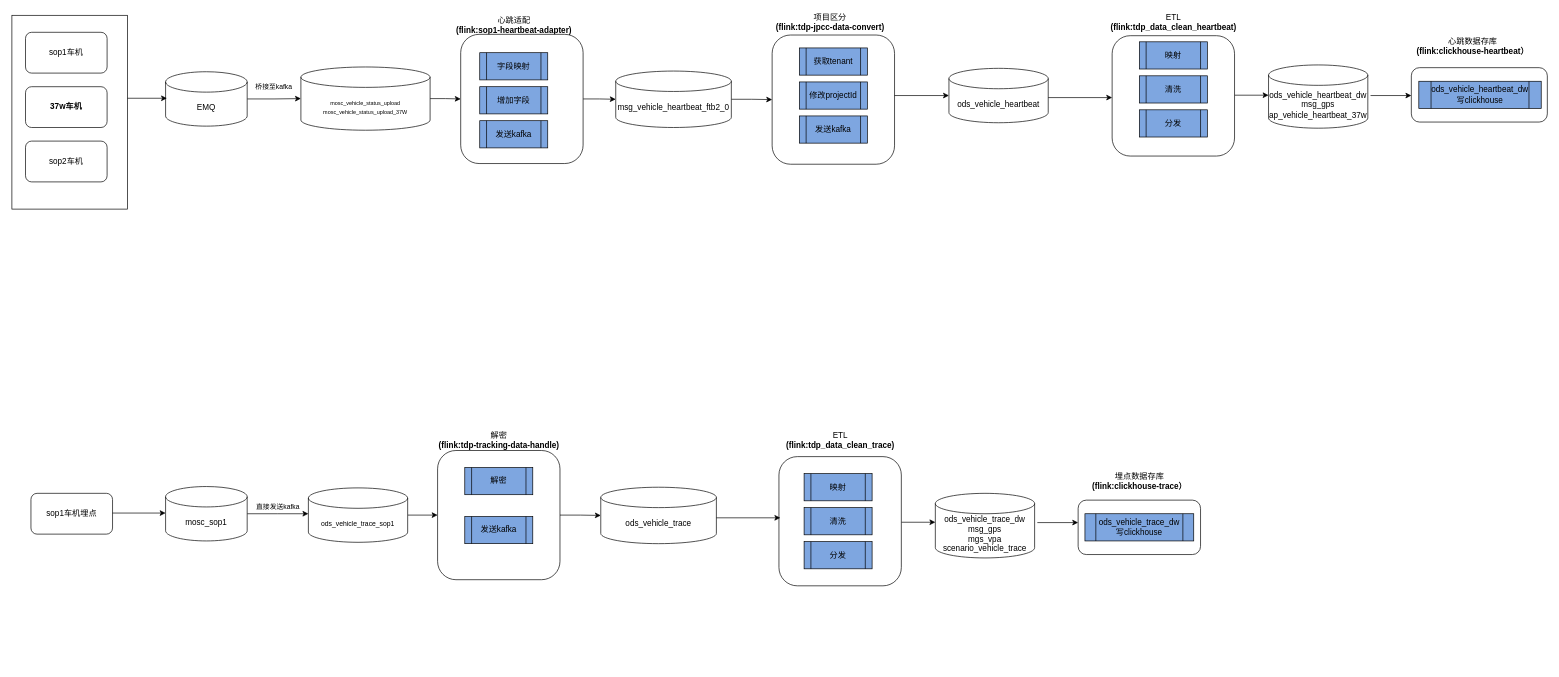
onedream719/- keeps this draw.io diagram as 未命名绘图.drawio. Above is the earlier version. Source tidied: cells renumbered, new cells numbered last; positions are measured from the earlier drawing's top-left corner, leaving out a move shared by most shapes. Both pictures are drawn from the tidied source at 68%, with x=0, y=0 at pixel (12, 12).
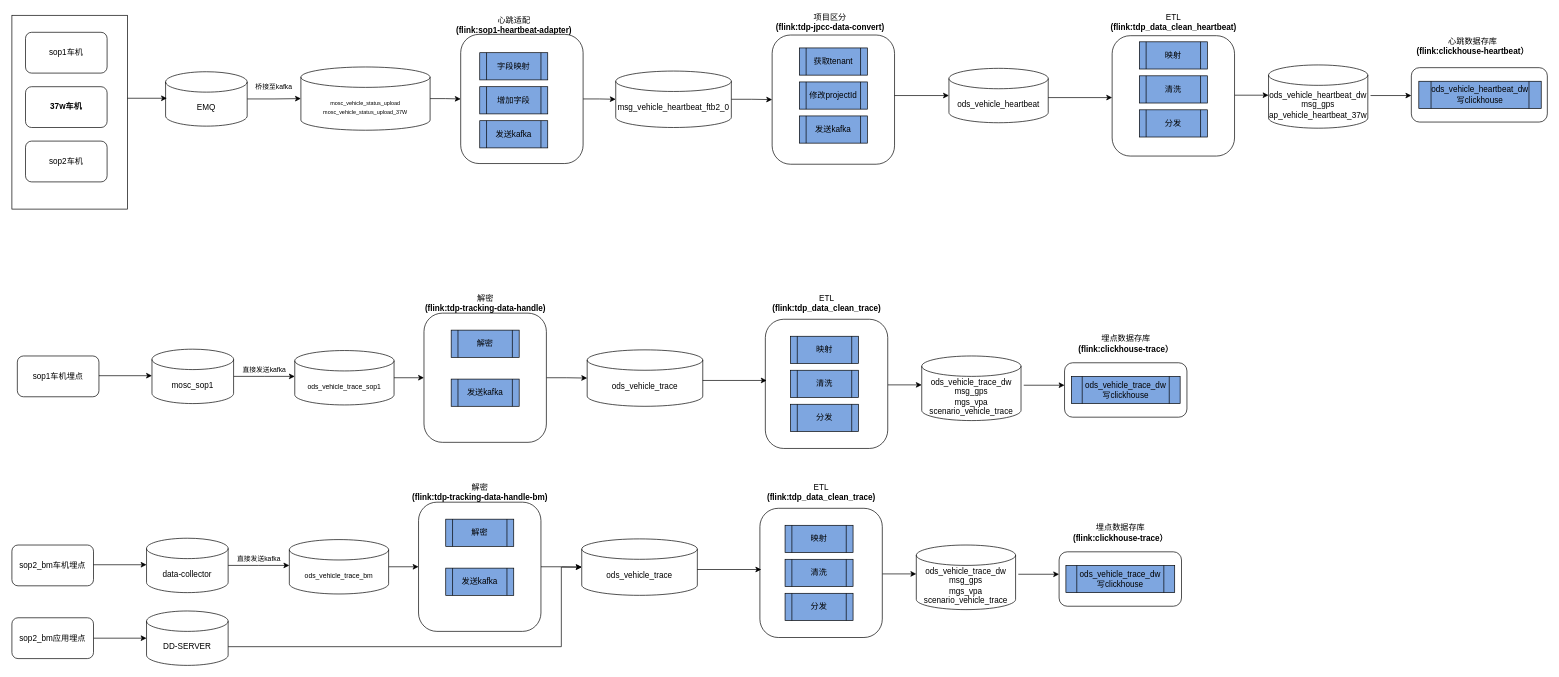
The same diagram, later.

Commit message:
更新未命名绘图.drawio

The edit, as a diff of the source:
```diff
@@
     <mxCell id="39" value="sop1车机埋点" style="rounded=1;whiteSpace=wrap;html=1;" parent="1" vertex="1">
-      <mxGeometry x="28" y="708" width="120" height="60" as="geometry" />
+      <mxGeometry x="8" y="506" width="120" height="60" as="geometry" />
     </mxCell>
@@
     <mxCell id="41" value="ods_vehicle_trace_sop1" style="shape=cylinder3;whiteSpace=wrap;html=1;boundedLbl=1;backgroundOutline=1;size=15;fontSize=10;" parent="1" vertex="1">
-      <mxGeometry x="436" y="700" width="146" height="80" as="geometry" />
+      <mxGeometry x="416" y="498" width="146" height="80" as="geometry" />
     </mxCell>
     <mxCell id="42" style="edgeStyle=orthogonalEdgeStyle;rounded=0;jettySize=auto;html=1;exitX=1;exitY=0.5;exitDx=0;exitDy=0;exitPerimeter=0;entryX=0;entryY=0.5;entryDx=0;entryDy=0;fontSize=6;" parent="1" edge="1" source="43">
       <mxGeometry relative="1" as="geometry">
-        <mxPoint x="436" y="738" as="targetPoint" />
+        <mxPoint x="416" y="536" as="targetPoint" />
       </mxGeometry>
     </mxCell>
     <mxCell id="43" value="mosc_sop1" style="shape=cylinder3;whiteSpace=wrap;html=1;boundedLbl=1;backgroundOutline=1;size=15;" parent="1" vertex="1">
-      <mxGeometry x="226" y="698" width="120" height="80" as="geometry" />
+      <mxGeometry x="206" y="496" width="120" height="80" as="geometry" />
     </mxCell>
     <mxCell id="44" value="&lt;div&gt;解密&lt;/div&gt;&lt;div&gt;&lt;b&gt;(flink:tdp-tracking-data-handle)&lt;/b&gt;&lt;/div&gt;" style="text;html=1;align=center;verticalAlign=middle;strokeColor=none;fillColor=none;" parent="1" vertex="1">
-      <mxGeometry x="621" y="615" width="190" height="30" as="geometry" />
+      <mxGeometry x="601" y="413" width="190" height="30" as="geometry" />
     </mxCell>
     <mxCell id="45" value="直接发送kafka" style="text;html=1;align=center;verticalAlign=middle;strokeColor=none;fillColor=none;fontSize=10;" parent="1" vertex="1">
-      <mxGeometry x="346" y="718" width="90" height="20" as="geometry" />
+      <mxGeometry x="326" y="516" width="90" height="20" as="geometry" />
     </mxCell>
     <mxCell id="46" value="ods_vehicle_trace" style="shape=cylinder3;whiteSpace=wrap;html=1;boundedLbl=1;backgroundOutline=1;size=15;" parent="1" vertex="1">
-      <mxGeometry x="866" y="699" width="170" height="83" as="geometry" />
+      <mxGeometry x="846" y="497" width="170" height="83" as="geometry" />
     </mxCell>
@@
     <mxCell id="48" style="rounded=1;whiteSpace=wrap;html=1;" parent="1" vertex="1">
-      <mxGeometry x="626" y="645" width="180" height="190" as="geometry" />
+      <mxGeometry x="606" y="443" width="180" height="190" as="geometry" />
     </mxCell>
     <mxCell id="49" value="解密" style="shape=process;whiteSpace=wrap;html=1;backgroundOutline=1;fillColor=#7EA6E0;" parent="1" vertex="1">
-      <mxGeometry x="666" y="670" width="100" height="40" as="geometry" />
+      <mxGeometry x="646" y="468" width="100" height="40" as="geometry" />
     </mxCell>
     <mxCell id="50" value="发送kafka" style="shape=process;whiteSpace=wrap;html=1;backgroundOutline=1;fillColor=#7EA6E0;" parent="1" vertex="1">
-      <mxGeometry x="666" y="742" width="100" height="40" as="geometry" />
+      <mxGeometry x="646" y="540" width="100" height="40" as="geometry" />
     </mxCell>
     <mxCell id="51" style="endArrow=classic;html=1;rounded=0;fontSize=8;" parent="1" edge="1">
       <mxGeometry relative="1" as="geometry">
-        <mxPoint x="148" y="737" as="sourcePoint" />
-        <mxPoint x="226" y="737" as="targetPoint" />
+        <mxPoint x="128" y="535" as="sourcePoint" />
+        <mxPoint x="206" y="535" as="targetPoint" />
       </mxGeometry>
     </mxCell>
     <mxCell id="52" value="&lt;div&gt;ETL&lt;br&gt;&lt;/div&gt;&lt;div&gt;&lt;b&gt;(flink:tdp_data_clean_trace&lt;/b&gt;&lt;b&gt;)&lt;/b&gt;&lt;/div&gt;" style="text;html=1;align=center;verticalAlign=middle;strokeColor=none;fillColor=none;" parent="1" vertex="1">
-      <mxGeometry x="1133" y="615" width="170" height="30" as="geometry" />
+      <mxGeometry x="1113" y="413" width="170" height="30" as="geometry" />
     </mxCell>
     <mxCell id="53" value="ods_vehicle_trace_dw&lt;br&gt;msg_gps&lt;br&gt;mgs_vpa&lt;br&gt;scenario_vehicle_trace" style="shape=cylinder3;whiteSpace=wrap;html=1;boundedLbl=1;backgroundOutline=1;size=15;" parent="1" vertex="1">
-      <mxGeometry x="1358" y="708" width="146" height="95" as="geometry" />
+      <mxGeometry x="1338" y="506" width="146" height="95" as="geometry" />
     </mxCell>
     <mxCell id="54" style="endArrow=classic;html=1;rounded=0;fontSize=8;" parent="1" edge="1">
       <mxGeometry relative="1" as="geometry">
-        <mxPoint x="1308" y="750.5" as="sourcePoint" />
-        <mxPoint x="1358" y="750.5" as="targetPoint" />
+        <mxPoint x="1288" y="548.5" as="sourcePoint" />
+        <mxPoint x="1338" y="548.5" as="targetPoint" />
       </mxGeometry>
     </mxCell>
     <mxCell id="55" style="rounded=1;whiteSpace=wrap;html=1;" parent="1" vertex="1">
-      <mxGeometry x="1568" y="718" width="180" height="80" as="geometry" />
+      <mxGeometry x="1548" y="516" width="180" height="80" as="geometry" />
     </mxCell>
     <mxCell id="56" value="ods_vehicle_trace_dw写clickhouse" style="shape=process;whiteSpace=wrap;html=1;backgroundOutline=1;fillColor=#7EA6E0;" parent="1" vertex="1">
-      <mxGeometry x="1578" y="738" width="160" height="40" as="geometry" />
+      <mxGeometry x="1558" y="536" width="160" height="40" as="geometry" />
     </mxCell>
     <mxCell id="57" value="&lt;div&gt;埋点数据存库&lt;/div&gt;&lt;div&gt;&lt;b&gt;(flink:clickhouse-trace）&lt;/b&gt;&lt;/div&gt;" style="text;html=1;align=center;verticalAlign=middle;strokeColor=none;fillColor=none;" parent="1" vertex="1">
-      <mxGeometry x="1583" y="675" width="150" height="30" as="geometry" />
+      <mxGeometry x="1563" y="473" width="150" height="30" as="geometry" />
     </mxCell>
     <mxCell id="58" style="rounded=1;whiteSpace=wrap;html=1;" parent="1" vertex="1">
-      <mxGeometry x="1128" y="654" width="180" height="190" as="geometry" />
+      <mxGeometry x="1108" y="452" width="180" height="190" as="geometry" />
     </mxCell>
     <mxCell id="59" value="映射" style="shape=process;whiteSpace=wrap;html=1;backgroundOutline=1;fillColor=#7EA6E0;" parent="1" vertex="1">
-      <mxGeometry x="1165" y="679" width="100" height="40" as="geometry" />
+      <mxGeometry x="1145" y="477" width="100" height="40" as="geometry" />
     </mxCell>
     <mxCell id="60" value="清洗" style="shape=process;whiteSpace=wrap;html=1;backgroundOutline=1;fillColor=#7EA6E0;" parent="1" vertex="1">
-      <mxGeometry x="1165" y="729" width="100" height="40" as="geometry" />
+      <mxGeometry x="1145" y="527" width="100" height="40" as="geometry" />
     </mxCell>
     <mxCell id="61" value="分发" style="shape=process;whiteSpace=wrap;html=1;backgroundOutline=1;fillColor=#7EA6E0;" parent="1" vertex="1">
-      <mxGeometry x="1165" y="779" width="100" height="40" as="geometry" />
+      <mxGeometry x="1145" y="577" width="100" height="40" as="geometry" />
     </mxCell>
     <mxCell id="62" style="endArrow=classic;html=1;rounded=0;fontSize=8;" parent="1" edge="1">
       <mxGeometry relative="1" as="geometry">
-        <mxPoint x="1036" y="744" as="sourcePoint" />
-        <mxPoint x="1130" y="744" as="targetPoint" />
+        <mxPoint x="1016" y="542" as="sourcePoint" />
+        <mxPoint x="1110" y="542" as="targetPoint" />
       </mxGeometry>
     </mxCell>
     <mxCell id="63" style="endArrow=classic;html=1;rounded=0;fontSize=8;" parent="1" edge="1">
       <mxGeometry relative="1" as="geometry">
-        <mxPoint x="1508" y="751" as="sourcePoint" />
-        <mxPoint x="1568" y="751" as="targetPoint" />
+        <mxPoint x="1488" y="549" as="sourcePoint" />
+        <mxPoint x="1548" y="549" as="targetPoint" />
       </mxGeometry>
     </mxCell>
+    <mxCell id="64" value="sop2_bm车机埋点" style="rounded=1;whiteSpace=wrap;html=1;" parent="1" vertex="1">
+      <mxGeometry y="784" width="120" height="60" as="geometry" />
+    </mxCell>
+    <mxCell id="65" style="edgeStyle=orthogonalEdgeStyle;rounded=0;jettySize=auto;html=1;exitX=1;exitY=0.5;exitDx=0;exitDy=0;exitPerimeter=0;entryX=0;entryY=0.5;entryDx=0;entryDy=0;fontSize=8;" parent="1" edge="1" source="66" target="73">
+      <mxGeometry relative="1" as="geometry" />
+    </mxCell>
+    <mxCell id="66" value="ods_vehicle_trace_bm" style="shape=cylinder3;whiteSpace=wrap;html=1;boundedLbl=1;backgroundOutline=1;size=15;fontSize=10;" parent="1" vertex="1">
+      <mxGeometry x="408" y="776" width="146" height="80" as="geometry" />
+    </mxCell>
+    <mxCell id="67" style="edgeStyle=orthogonalEdgeStyle;rounded=0;jettySize=auto;html=1;exitX=1;exitY=0.5;exitDx=0;exitDy=0;exitPerimeter=0;entryX=0;entryY=0.5;entryDx=0;entryDy=0;fontSize=6;" parent="1" edge="1" source="68">
+      <mxGeometry relative="1" as="geometry">
+        <mxPoint x="408" y="814" as="targetPoint" />
+      </mxGeometry>
+    </mxCell>
+    <mxCell id="68" value="data-collector" style="shape=cylinder3;whiteSpace=wrap;html=1;boundedLbl=1;backgroundOutline=1;size=15;" parent="1" vertex="1">
+      <mxGeometry x="198" y="774" width="120" height="80" as="geometry" />
+    </mxCell>
+    <mxCell id="69" value="&lt;div&gt;解密&lt;/div&gt;&lt;div&gt;&lt;b&gt;(flink:tdp-tracking-data-handle-bm)&lt;/b&gt;&lt;/div&gt;" style="text;html=1;align=center;verticalAlign=middle;strokeColor=none;fillColor=none;" parent="1" vertex="1">
+      <mxGeometry x="583" y="691" width="210" height="30" as="geometry" />
+    </mxCell>
+    <mxCell id="70" value="直接发送kafka" style="text;html=1;align=center;verticalAlign=middle;strokeColor=none;fillColor=none;fontSize=10;" parent="1" vertex="1">
+      <mxGeometry x="318" y="794" width="90" height="20" as="geometry" />
+    </mxCell>
+    <mxCell id="71" value="ods_vehicle_trace" style="shape=cylinder3;whiteSpace=wrap;html=1;boundedLbl=1;backgroundOutline=1;size=15;" parent="1" vertex="1">
+      <mxGeometry x="838" y="775" width="170" height="83" as="geometry" />
+    </mxCell>
+    <mxCell id="72" style="edgeStyle=orthogonalEdgeStyle;rounded=0;jettySize=auto;html=1;exitX=1;exitY=0.5;exitDx=0;exitDy=0;entryX=0;entryY=0.5;entryDx=0;entryDy=0;entryPerimeter=0;fontSize=8;" parent="1" edge="1" source="73" target="71">
+      <mxGeometry relative="1" as="geometry" />
+    </mxCell>
+    <mxCell id="73" style="rounded=1;whiteSpace=wrap;html=1;" parent="1" vertex="1">
+      <mxGeometry x="598" y="721" width="180" height="190" as="geometry" />
+    </mxCell>
+    <mxCell id="74" value="解密" style="shape=process;whiteSpace=wrap;html=1;backgroundOutline=1;fillColor=#7EA6E0;" parent="1" vertex="1">
+      <mxGeometry x="638" y="746" width="100" height="40" as="geometry" />
+    </mxCell>
+    <mxCell id="75" value="发送kafka" style="shape=process;whiteSpace=wrap;html=1;backgroundOutline=1;fillColor=#7EA6E0;" parent="1" vertex="1">
+      <mxGeometry x="638" y="818" width="100" height="40" as="geometry" />
+    </mxCell>
+    <mxCell id="76" style="endArrow=classic;html=1;rounded=0;fontSize=8;" parent="1" edge="1">
+      <mxGeometry relative="1" as="geometry">
+        <mxPoint x="120" y="813" as="sourcePoint" />
+        <mxPoint x="198" y="813" as="targetPoint" />
+      </mxGeometry>
+    </mxCell>
+    <mxCell id="77" value="&lt;div&gt;ETL&lt;br&gt;&lt;/div&gt;&lt;div&gt;&lt;b&gt;(flink:tdp_data_clean_trace&lt;/b&gt;&lt;b&gt;)&lt;/b&gt;&lt;/div&gt;" style="text;html=1;align=center;verticalAlign=middle;strokeColor=none;fillColor=none;" parent="1" vertex="1">
+      <mxGeometry x="1105" y="691" width="170" height="30" as="geometry" />
+    </mxCell>
+    <mxCell id="78" value="ods_vehicle_trace_dw&lt;br&gt;msg_gps&lt;br&gt;mgs_vpa&lt;br&gt;scenario_vehicle_trace" style="shape=cylinder3;whiteSpace=wrap;html=1;boundedLbl=1;backgroundOutline=1;size=15;" parent="1" vertex="1">
+      <mxGeometry x="1330" y="784" width="146" height="95" as="geometry" />
+    </mxCell>
+    <mxCell id="79" style="endArrow=classic;html=1;rounded=0;fontSize=8;" parent="1" edge="1">
+      <mxGeometry relative="1" as="geometry">
+        <mxPoint x="1280" y="826.5" as="sourcePoint" />
+        <mxPoint x="1330" y="826.5" as="targetPoint" />
+      </mxGeometry>
+    </mxCell>
+    <mxCell id="80" style="rounded=1;whiteSpace=wrap;html=1;" parent="1" vertex="1">
+      <mxGeometry x="1540" y="794" width="180" height="80" as="geometry" />
+    </mxCell>
+    <mxCell id="81" value="ods_vehicle_trace_dw写clickhouse" style="shape=process;whiteSpace=wrap;html=1;backgroundOutline=1;fillColor=#7EA6E0;" parent="1" vertex="1">
+      <mxGeometry x="1550" y="814" width="160" height="40" as="geometry" />
+    </mxCell>
+    <mxCell id="82" value="&lt;div&gt;埋点数据存库&lt;/div&gt;&lt;div&gt;&lt;b&gt;(flink:clickhouse-trace）&lt;/b&gt;&lt;/div&gt;" style="text;html=1;align=center;verticalAlign=middle;strokeColor=none;fillColor=none;" parent="1" vertex="1">
+      <mxGeometry x="1555" y="751" width="150" height="30" as="geometry" />
+    </mxCell>
+    <mxCell id="83" style="rounded=1;whiteSpace=wrap;html=1;" parent="1" vertex="1">
+      <mxGeometry x="1100" y="730" width="180" height="190" as="geometry" />
+    </mxCell>
+    <mxCell id="84" value="映射" style="shape=process;whiteSpace=wrap;html=1;backgroundOutline=1;fillColor=#7EA6E0;" parent="1" vertex="1">
+      <mxGeometry x="1137" y="755" width="100" height="40" as="geometry" />
+    </mxCell>
+    <mxCell id="85" value="清洗" style="shape=process;whiteSpace=wrap;html=1;backgroundOutline=1;fillColor=#7EA6E0;" parent="1" vertex="1">
+      <mxGeometry x="1137" y="805" width="100" height="40" as="geometry" />
+    </mxCell>
+    <mxCell id="86" value="分发" style="shape=process;whiteSpace=wrap;html=1;backgroundOutline=1;fillColor=#7EA6E0;" parent="1" vertex="1">
+      <mxGeometry x="1137" y="855" width="100" height="40" as="geometry" />
+    </mxCell>
+    <mxCell id="87" style="endArrow=classic;html=1;rounded=0;fontSize=8;" parent="1" edge="1">
+      <mxGeometry relative="1" as="geometry">
+        <mxPoint x="1008" y="820" as="sourcePoint" />
+        <mxPoint x="1102" y="820" as="targetPoint" />
+      </mxGeometry>
+    </mxCell>
+    <mxCell id="88" style="endArrow=classic;html=1;rounded=0;fontSize=8;" parent="1" edge="1">
+      <mxGeometry relative="1" as="geometry">
+        <mxPoint x="1480" y="827" as="sourcePoint" />
+        <mxPoint x="1540" y="827" as="targetPoint" />
+      </mxGeometry>
+    </mxCell>
+    <mxCell id="89" style="edgeStyle=orthogonalEdgeStyle;rounded=0;jettySize=auto;html=1;exitX=1;exitY=0.5;exitDx=0;exitDy=0;entryX=0;entryY=0.5;entryDx=0;entryDy=0;entryPerimeter=0;" parent="1" edge="1" source="90" target="92">
+      <mxGeometry relative="1" as="geometry" />
+    </mxCell>
+    <mxCell id="90" value="sop2_bm应用埋点" style="rounded=1;whiteSpace=wrap;html=1;" parent="1" vertex="1">
+      <mxGeometry y="891" width="120" height="60" as="geometry" />
+    </mxCell>
+    <mxCell id="91" style="edgeStyle=orthogonalEdgeStyle;rounded=0;jettySize=auto;html=1;exitX=1;exitY=0;exitDx=0;exitDy=52.5;exitPerimeter=0;entryX=0;entryY=0.5;entryDx=0;entryDy=0;entryPerimeter=0;" parent="1" edge="1" source="92" target="71">
+      <mxGeometry relative="1" as="geometry">
+        <Array as="points">
+          <mxPoint x="808" y="934" />
+          <mxPoint x="808" y="816" />
+        </Array>
+      </mxGeometry>
+    </mxCell>
+    <mxCell id="92" value="DD-SERVER" style="shape=cylinder3;whiteSpace=wrap;html=1;boundedLbl=1;backgroundOutline=1;size=15;" parent="1" vertex="1">
+      <mxGeometry x="198" y="881" width="120" height="80" as="geometry" />
+    </mxCell>
```
